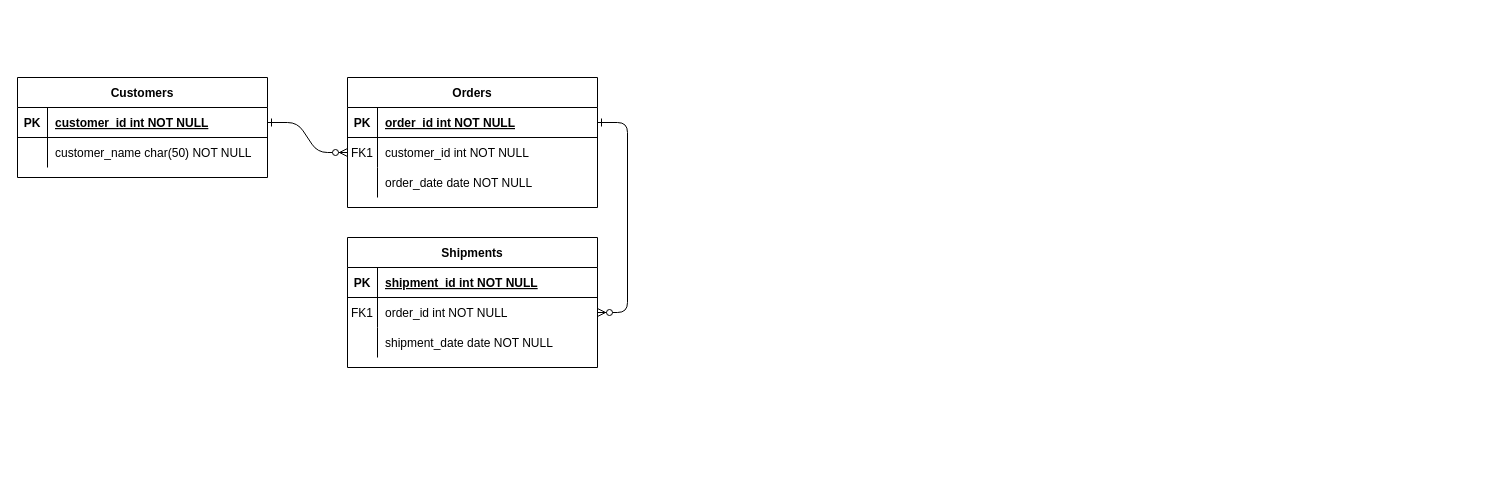
umerpaknamal/12PythonProjects keeps this draw.io diagram as ID_Workflow.drawio. Above is the earlier version. Source tidied: cells renumbered, new cells numbered last; positions are measured from the earlier drawing's top-left corner, leaving out a move shared by most shapes. Both pictures are drawn from the tidied source at 100%, with x=0, y=0 at pixel (17, 77).
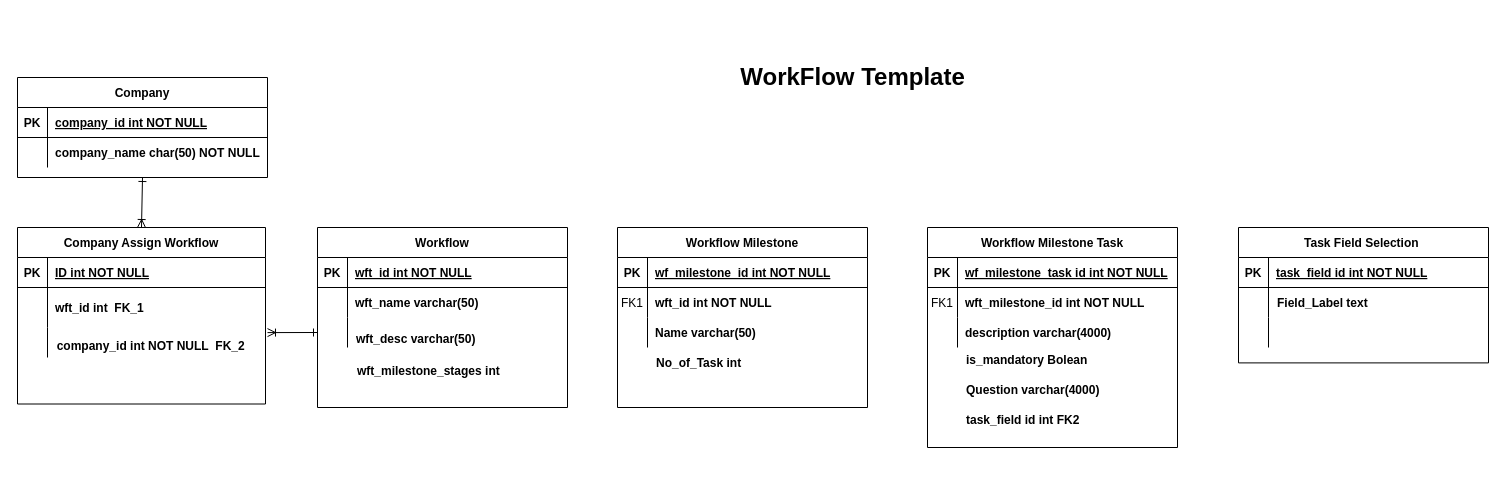
The same page after the edit.

The change refers to these unchanged cells:
```xml
<mxCell id="5" style="shape=partialRectangle;fillColor=none;points=[[0,0.5],[1,0.5]];portConstraint=eastwest;top=0;left=0;right=0;bottom=1;" parent="4" vertex="1">
  <mxGeometry y="30" width="250" height="30" as="geometry" />
</mxCell>
<mxCell id="8" style="shape=partialRectangle;fillColor=none;points=[[0,0.5],[1,0.5]];portConstraint=eastwest;top=0;left=0;right=0;bottom=0;" parent="4" vertex="1">
  <mxGeometry y="60" width="250" height="30" as="geometry" />
</mxCell>
<mxCell id="11" style="shape=partialRectangle;fillColor=none;points=[[0,0.5],[1,0.5]];portConstraint=eastwest;top=0;left=0;right=0;bottom=0;" parent="4" vertex="1">
  <mxGeometry y="90" width="250" height="30" as="geometry" />
</mxCell>
<mxCell id="15" style="shape=partialRectangle;fillColor=none;top=0;left=0;right=0;bottom=1;" parent="14" vertex="1">
  <mxGeometry y="30" width="250" height="30" as="geometry" />
</mxCell>
<mxCell id="18" style="shape=partialRectangle;fillColor=none;points=[[0,0.5],[1,0.5]];portConstraint=eastwest;top=0;left=0;right=0;bottom=0;" parent="14" vertex="1">
  <mxGeometry y="60" width="250" height="30" as="geometry" />
</mxCell>
<mxCell id="21" style="shape=partialRectangle;fillColor=none;top=0;left=0;right=0;bottom=0;" parent="14" vertex="1">
  <mxGeometry y="90" width="250" height="30" as="geometry" />
</mxCell>
```

The edit, as a diff of the source:
```diff
@@
-    <mxCell id="2" style="edgeStyle=entityRelationEdgeStyle;endArrow=ERzeroToMany;startArrow=ERone;endFill=1;startFill=0;" parent="1" edge="1" source="25" target="8">
-      <mxGeometry relative="1" as="geometry" />
-    </mxCell>
-    <mxCell id="3" style="edgeStyle=entityRelationEdgeStyle;endArrow=ERzeroToMany;startArrow=ERone;endFill=1;startFill=0;" parent="1" edge="1" source="5" target="18">
-      <mxGeometry relative="1" as="geometry" />
-    </mxCell>
+    <mxCell id="31" style="edgeStyle=none;rounded=0;jettySize=auto;html=1;exitX=0.5;exitY=1;exitDx=0;exitDy=0;entryX=0.5;entryY=0;entryDx=0;entryDy=0;endArrow=ERoneToMany;endFill=0;startArrow=ERone;startFill=0;" parent="1" edge="1" source="24" target="39">
+      <mxGeometry relative="1" as="geometry" />
+    </mxCell>
+    <mxCell id="24" value="Company" style="shape=table;startSize=30;childLayout=tableLayout;rowLines=0;fontStyle=1;align=center;" parent="1" vertex="1">
+      <mxGeometry width="250" height="100" as="geometry" />
+    </mxCell>
+    <mxCell id="25" style="shape=partialRectangle;fillColor=none;points=[[0,0.5],[1,0.5]];portConstraint=eastwest;top=0;left=0;right=0;bottom=1;" parent="24" vertex="1">
+      <mxGeometry y="30" width="250" height="30" as="geometry" />
+    </mxCell>
+    <mxCell id="26" value="PK" style="shape=partialRectangle;overflow=hidden;fillColor=none;top=0;left=0;bottom=0;right=0;fontStyle=1;" parent="25" vertex="1">
+      <mxGeometry width="30" height="30" as="geometry" />
+    </mxCell>
+    <mxCell id="27" value="company_id int NOT NULL " style="shape=partialRectangle;overflow=hidden;fillColor=none;top=0;left=0;bottom=0;right=0;align=left;spacingLeft=6;fontStyle=5;" parent="25" vertex="1">
+      <mxGeometry x="30" width="220" height="30" as="geometry" />
+    </mxCell>
+    <mxCell id="28" style="shape=partialRectangle;fillColor=none;top=0;left=0;right=0;bottom=0;" parent="24" vertex="1">
+      <mxGeometry y="60" width="250" height="30" as="geometry" />
+    </mxCell>
+    <mxCell id="29" style="shape=partialRectangle;overflow=hidden;fillColor=none;top=0;left=0;bottom=0;right=0;" parent="28" vertex="1">
+      <mxGeometry width="30" height="30" as="geometry" />
+    </mxCell>
+    <mxCell id="30" value="company_name char(50) NOT NULL" style="shape=partialRectangle;overflow=hidden;fillColor=none;top=0;left=0;bottom=0;right=0;align=left;spacingLeft=6;fontStyle=1;" parent="28" vertex="1">
+      <mxGeometry x="30" width="220" height="30" as="geometry" />
+    </mxCell>
+    <mxCell id="32" value="WorkFlow Template" style="text;strokeColor=none;fillColor=none;html=1;fontSize=24;fontStyle=1;verticalAlign=middle;align=center;" parent="1" vertex="1">
+      <mxGeometry x="610" y="-60" width="450" height="120" as="geometry" />
+    </mxCell>
+    <mxCell id="33" style="group;" parent="1" vertex="1">
+      <mxGeometry x="300" y="150" width="252" height="180" as="geometry" />
+    </mxCell>
-    <mxCell id="4" value="Orders" style="shape=table;startSize=30;childLayout=tableLayout;rowLines=0;fontStyle=1;align=center;" parent="1" vertex="1">
-      <mxGeometry x="330" width="250" height="130" as="geometry" />
+    <mxCell id="4" value="Workflow" style="shape=table;startSize=30;childLayout=tableLayout;rowLines=0;fontStyle=1;align=center;" parent="33" vertex="1">
+      <mxGeometry width="250" height="180" as="geometry" />
     </mxCell>
@@
-    <mxCell id="7" value="order_id int NOT NULL " style="shape=partialRectangle;overflow=hidden;fillColor=none;top=0;left=0;bottom=0;right=0;align=left;spacingLeft=6;fontStyle=5;" parent="5" vertex="1">
+    <mxCell id="7" value="wft_id int NOT NULL " style="shape=partialRectangle;overflow=hidden;fillColor=none;top=0;left=0;bottom=0;right=0;align=left;spacingLeft=6;fontStyle=5;" parent="5" vertex="1">
       <mxGeometry x="30" width="220" height="30" as="geometry" />
     </mxCell>
@@
-    <mxCell id="9" value="FK1" style="shape=partialRectangle;overflow=hidden;fillColor=none;top=0;left=0;bottom=0;right=0;" parent="8" vertex="1">
+    <mxCell id="9" style="shape=partialRectangle;overflow=hidden;fillColor=none;top=0;left=0;bottom=0;right=0;" parent="8" vertex="1">
       <mxGeometry width="30" height="30" as="geometry" />
     </mxCell>
-    <mxCell id="10" value="customer_id int NOT NULL" style="shape=partialRectangle;overflow=hidden;fillColor=none;top=0;left=0;bottom=0;right=0;align=left;spacingLeft=6;" parent="8" vertex="1">
+    <mxCell id="10" value="wft_name varchar(50)" style="shape=partialRectangle;overflow=hidden;fillColor=none;top=0;left=0;bottom=0;right=0;align=left;spacingLeft=6;fontStyle=1;" parent="8" vertex="1">
       <mxGeometry x="30" width="220" height="30" as="geometry" />
     </mxCell>
@@
-    <mxCell id="13" value="order_date date NOT NULL" style="shape=partialRectangle;overflow=hidden;fillColor=none;top=0;left=0;bottom=0;right=0;align=left;spacingLeft=6;" parent="11" vertex="1">
+    <mxCell id="13" style="shape=partialRectangle;overflow=hidden;fillColor=none;top=0;left=0;bottom=0;right=0;align=left;spacingLeft=6;" parent="11" vertex="1">
       <mxGeometry x="30" width="220" height="30" as="geometry" />
     </mxCell>
+    <mxCell id="34" value="wft_desc varchar(50)" style="shape=partialRectangle;overflow=hidden;fillColor=none;top=0;left=0;bottom=0;right=0;align=left;spacingLeft=6;fontStyle=1;" parent="33" vertex="1">
+      <mxGeometry x="31" y="95.3" width="220" height="31.8" as="geometry" />
+    </mxCell>
+    <mxCell id="35" value="wft_milestone_stages int" style="shape=partialRectangle;overflow=hidden;fillColor=none;top=0;left=0;bottom=0;right=0;align=left;spacingLeft=6;fontStyle=1;" parent="33" vertex="1">
+      <mxGeometry x="32" y="127.1" width="220" height="31.8" as="geometry" />
+    </mxCell>
+    <mxCell id="36" style="edgeStyle=none;rounded=0;jettySize=auto;html=1;exitX=0;exitY=0.5;exitDx=0;exitDy=0;endArrow=ERoneToMany;endFill=0;startArrow=ERone;startFill=0;" parent="33" edge="1" source="11">
+      <mxGeometry relative="1" as="geometry">
+        <mxPoint x="-50" y="105.1" as="targetPoint" />
+      </mxGeometry>
+    </mxCell>
+    <mxCell id="37" style="group;" parent="1" vertex="1">
+      <mxGeometry y="150" width="250" height="200" as="geometry" />
+    </mxCell>
+    <mxCell id="38" style="group;" parent="37" vertex="1">
+      <mxGeometry width="250" height="176.5" as="geometry" />
+    </mxCell>
+    <mxCell id="39" value="Company Assign Workflow" style="shape=table;startSize=30;childLayout=tableLayout;rowLines=0;fontStyle=1;align=center;" parent="38" vertex="1">
+      <mxGeometry width="248" height="176.5" as="geometry" />
+    </mxCell>
+    <mxCell id="40" style="shape=partialRectangle;fillColor=none;top=0;left=0;right=0;bottom=1;" parent="39" vertex="1">
+      <mxGeometry y="30" width="248" height="30" as="geometry" />
+    </mxCell>
+    <mxCell id="41" value="PK" style="shape=partialRectangle;overflow=hidden;fillColor=none;top=0;left=0;bottom=0;right=0;fontStyle=1;" parent="40" vertex="1">
+      <mxGeometry width="30" height="30" as="geometry" />
+    </mxCell>
+    <mxCell id="42" value="ID int NOT NULL" style="shape=partialRectangle;overflow=hidden;fillColor=none;top=0;left=0;bottom=0;right=0;align=left;spacingLeft=6;fontStyle=5;" parent="40" vertex="1">
+      <mxGeometry x="30" width="218" height="30" as="geometry" />
+    </mxCell>
+    <mxCell id="43" style="shape=partialRectangle;fillColor=none;top=0;left=0;right=0;bottom=0;" parent="39" vertex="1">
+      <mxGeometry y="60" width="248" height="40" as="geometry" />
+    </mxCell>
+    <mxCell id="44" style="shape=partialRectangle;overflow=hidden;fillColor=none;top=0;left=0;bottom=0;right=0;" parent="43" vertex="1">
+      <mxGeometry width="30" height="40" as="geometry" />
+    </mxCell>
+    <mxCell id="45" value="wft_id int  FK_1" style="shape=partialRectangle;overflow=hidden;fillColor=none;top=0;left=0;bottom=0;right=0;align=left;spacingLeft=6;fontStyle=1;" parent="43" vertex="1">
+      <mxGeometry x="30" width="218" height="40" as="geometry" />
+    </mxCell>
+    <mxCell id="46" style="shape=partialRectangle;fillColor=none;top=0;left=0;right=0;bottom=0;" parent="39" vertex="1">
+      <mxGeometry y="100" width="248" height="30" as="geometry" />
+    </mxCell>
+    <mxCell id="47" style="shape=partialRectangle;overflow=hidden;fillColor=none;top=0;left=0;bottom=0;right=0;" parent="46" vertex="1">
+      <mxGeometry width="30" height="30" as="geometry" />
+    </mxCell>
+    <mxCell id="48" style="shape=partialRectangle;overflow=hidden;fillColor=none;top=0;left=0;bottom=0;right=0;align=left;spacingLeft=6;" parent="46" vertex="1">
+      <mxGeometry x="30" width="218" height="30" as="geometry" />
+    </mxCell>
+    <mxCell id="49" value="company_id int NOT NULL  FK_2" style="shape=partialRectangle;overflow=hidden;fillColor=none;top=0;left=0;bottom=0;right=0;align=left;spacingLeft=6;fontStyle=1;" parent="38" vertex="1">
+      <mxGeometry x="31.7" y="100" width="218.3" height="35.3" as="geometry" />
+    </mxCell>
+    <mxCell id="50" style="group;" parent="1" vertex="1">
+      <mxGeometry x="600" y="150" width="251" height="180" as="geometry" />
+    </mxCell>
-    <mxCell id="14" value="Shipments" style="shape=table;startSize=30;childLayout=tableLayout;rowLines=0;fontStyle=1;align=center;" parent="1" vertex="1">
-      <mxGeometry x="330" y="160" width="250" height="130" as="geometry" />
+    <mxCell id="14" value="Workflow Milestone" style="shape=table;startSize=30;childLayout=tableLayout;rowLines=0;fontStyle=1;align=center;" parent="50" vertex="1">
+      <mxGeometry width="250" height="180" as="geometry" />
     </mxCell>
@@
-    <mxCell id="17" value="shipment_id int NOT NULL " style="shape=partialRectangle;overflow=hidden;fillColor=none;top=0;left=0;bottom=0;right=0;align=left;spacingLeft=6;fontStyle=5;" parent="15" vertex="1">
+    <mxCell id="17" value="wf_milestone_id int NOT NULL " style="shape=partialRectangle;overflow=hidden;fillColor=none;top=0;left=0;bottom=0;right=0;align=left;spacingLeft=6;fontStyle=5;" parent="15" vertex="1">
       <mxGeometry x="30" width="220" height="30" as="geometry" />
     </mxCell>
@@
-    <mxCell id="20" value="order_id int NOT NULL" style="shape=partialRectangle;overflow=hidden;fillColor=none;top=0;left=0;bottom=0;right=0;align=left;spacingLeft=6;" parent="18" vertex="1">
+    <mxCell id="20" value="wft_id int NOT NULL" style="shape=partialRectangle;overflow=hidden;fillColor=none;top=0;left=0;bottom=0;right=0;align=left;spacingLeft=6;fontStyle=1;" parent="18" vertex="1">
       <mxGeometry x="30" width="220" height="30" as="geometry" />
     </mxCell>
@@
-    <mxCell id="23" value="shipment_date date NOT NULL" style="shape=partialRectangle;overflow=hidden;fillColor=none;top=0;left=0;bottom=0;right=0;align=left;spacingLeft=6;" parent="21" vertex="1">
+    <mxCell id="23" value="Name varchar(50)" style="shape=partialRectangle;overflow=hidden;fillColor=none;top=0;left=0;bottom=0;right=0;align=left;spacingLeft=6;fontStyle=1;" parent="21" vertex="1">
       <mxGeometry x="30" width="220" height="30" as="geometry" />
     </mxCell>
-    <mxCell id="24" value="Customers" style="shape=table;startSize=30;childLayout=tableLayout;rowLines=0;fontStyle=1;align=center;" parent="1" vertex="1">
-      <mxGeometry width="250" height="100" as="geometry" />
-    </mxCell>
-    <mxCell id="25" style="shape=partialRectangle;fillColor=none;points=[[0,0.5],[1,0.5]];portConstraint=eastwest;top=0;left=0;right=0;bottom=1;" parent="24" vertex="1">
-      <mxGeometry y="30" width="250" height="30" as="geometry" />
-    </mxCell>
-    <mxCell id="26" value="PK" style="shape=partialRectangle;overflow=hidden;fillColor=none;top=0;left=0;bottom=0;right=0;fontStyle=1;" parent="25" vertex="1">
-      <mxGeometry width="30" height="30" as="geometry" />
-    </mxCell>
-    <mxCell id="27" value="customer_id int NOT NULL " style="shape=partialRectangle;overflow=hidden;fillColor=none;top=0;left=0;bottom=0;right=0;align=left;spacingLeft=6;fontStyle=5;" parent="25" vertex="1">
-      <mxGeometry x="30" width="220" height="30" as="geometry" />
-    </mxCell>
-    <mxCell id="28" style="shape=partialRectangle;fillColor=none;top=0;left=0;right=0;bottom=0;" parent="24" vertex="1">
-      <mxGeometry y="60" width="250" height="30" as="geometry" />
-    </mxCell>
-    <mxCell id="29" style="shape=partialRectangle;overflow=hidden;fillColor=none;top=0;left=0;bottom=0;right=0;" parent="28" vertex="1">
-      <mxGeometry width="30" height="30" as="geometry" />
-    </mxCell>
-    <mxCell id="30" value="customer_name char(50) NOT NULL" style="shape=partialRectangle;overflow=hidden;fillColor=none;top=0;left=0;bottom=0;right=0;align=left;spacingLeft=6;" parent="28" vertex="1">
-      <mxGeometry x="30" width="220" height="30" as="geometry" />
-    </mxCell>
+    <mxCell id="51" value="No_of_Task int " style="shape=partialRectangle;overflow=hidden;fillColor=none;top=0;left=0;bottom=0;right=0;align=left;spacingLeft=6;fontStyle=1;" parent="50" vertex="1">
+      <mxGeometry x="31" y="120" width="220" height="30" as="geometry" />
+    </mxCell>
+    <mxCell id="52" style="group;" parent="1" vertex="1">
+      <mxGeometry x="910" y="150" width="251" height="260" as="geometry" />
+    </mxCell>
+    <mxCell id="53" style="group;" parent="52" vertex="1">
+      <mxGeometry width="251" height="220" as="geometry" />
+    </mxCell>
+    <mxCell id="54" value="Workflow Milestone Task" style="shape=table;startSize=30;childLayout=tableLayout;rowLines=0;fontStyle=1;align=center;" parent="53" vertex="1">
+      <mxGeometry width="250" height="220" as="geometry" />
+    </mxCell>
+    <mxCell id="55" style="shape=partialRectangle;fillColor=none;top=0;left=0;right=0;bottom=1;" parent="54" vertex="1">
+      <mxGeometry y="30" width="250" height="30" as="geometry" />
+    </mxCell>
+    <mxCell id="56" value="PK" style="shape=partialRectangle;overflow=hidden;fillColor=none;top=0;left=0;bottom=0;right=0;fontStyle=1;" parent="55" vertex="1">
+      <mxGeometry width="30" height="30" as="geometry" />
+    </mxCell>
+    <mxCell id="57" value="wf_milestone_task id int NOT NULL " style="shape=partialRectangle;overflow=hidden;fillColor=none;top=0;left=0;bottom=0;right=0;align=left;spacingLeft=6;fontStyle=5;" parent="55" vertex="1">
+      <mxGeometry x="30" width="220" height="30" as="geometry" />
+    </mxCell>
+    <mxCell id="58" style="shape=partialRectangle;fillColor=none;top=0;left=0;right=0;bottom=0;" parent="54" vertex="1">
+      <mxGeometry y="60" width="250" height="30" as="geometry" />
+    </mxCell>
+    <mxCell id="59" value="FK1" style="shape=partialRectangle;overflow=hidden;fillColor=none;top=0;left=0;bottom=0;right=0;" parent="58" vertex="1">
+      <mxGeometry width="30" height="30" as="geometry" />
+    </mxCell>
+    <mxCell id="60" value="wft_milestone_id int NOT NULL" style="shape=partialRectangle;overflow=hidden;fillColor=none;top=0;left=0;bottom=0;right=0;align=left;spacingLeft=6;fontStyle=1;" parent="58" vertex="1">
+      <mxGeometry x="30" width="220" height="30" as="geometry" />
+    </mxCell>
+    <mxCell id="61" style="shape=partialRectangle;fillColor=none;top=0;left=0;right=0;bottom=0;" parent="54" vertex="1">
+      <mxGeometry y="90" width="250" height="30" as="geometry" />
+    </mxCell>
+    <mxCell id="62" style="shape=partialRectangle;overflow=hidden;fillColor=none;top=0;left=0;bottom=0;right=0;" parent="61" vertex="1">
+      <mxGeometry width="30" height="30" as="geometry" />
+    </mxCell>
+    <mxCell id="63" value="description varchar(4000)" style="shape=partialRectangle;overflow=hidden;fillColor=none;top=0;left=0;bottom=0;right=0;align=left;spacingLeft=6;fontStyle=1;" parent="61" vertex="1">
+      <mxGeometry x="30" width="220" height="30" as="geometry" />
+    </mxCell>
+    <mxCell id="64" value="is_mandatory Bolean" style="shape=partialRectangle;overflow=hidden;fillColor=none;top=0;left=0;bottom=0;right=0;align=left;spacingLeft=6;fontStyle=1;" parent="53" vertex="1">
+      <mxGeometry x="31" y="110" width="220" height="43.3" as="geometry" />
+    </mxCell>
+    <mxCell id="65" value="Question varchar(4000)" style="shape=partialRectangle;overflow=hidden;fillColor=none;top=0;left=0;bottom=0;right=0;align=left;spacingLeft=6;fontStyle=1;" parent="1" vertex="1">
+      <mxGeometry x="941" y="290" width="220" height="43.3" as="geometry" />
+    </mxCell>
+    <mxCell id="66" value="task_field id int FK2" style="shape=partialRectangle;overflow=hidden;fillColor=none;top=0;left=0;bottom=0;right=0;align=left;spacingLeft=6;fontStyle=1;" parent="1" vertex="1">
+      <mxGeometry x="941" y="320" width="220" height="43.3" as="geometry" />
+    </mxCell>
+    <mxCell id="67" style="group;" parent="1" vertex="1">
+      <mxGeometry x="1221" y="150" width="251" height="160" as="geometry" />
+    </mxCell>
+    <mxCell id="68" style="group;" parent="67" vertex="1">
+      <mxGeometry width="251" height="135.4" as="geometry" />
+    </mxCell>
+    <mxCell id="69" value="Task Field Selection " style="shape=table;startSize=30;childLayout=tableLayout;rowLines=0;fontStyle=1;align=center;" parent="68" vertex="1">
+      <mxGeometry width="250" height="135.4" as="geometry" />
+    </mxCell>
+    <mxCell id="70" style="shape=partialRectangle;fillColor=none;top=0;left=0;right=0;bottom=1;" parent="69" vertex="1">
+      <mxGeometry y="30" width="250" height="30" as="geometry" />
+    </mxCell>
+    <mxCell id="71" value="PK" style="shape=partialRectangle;overflow=hidden;fillColor=none;top=0;left=0;bottom=0;right=0;fontStyle=1;" parent="70" vertex="1">
+      <mxGeometry width="30" height="30" as="geometry" />
+    </mxCell>
+    <mxCell id="72" value="task_field id int NOT NULL " style="shape=partialRectangle;overflow=hidden;fillColor=none;top=0;left=0;bottom=0;right=0;align=left;spacingLeft=6;fontStyle=5;" parent="70" vertex="1">
+      <mxGeometry x="30" width="220" height="30" as="geometry" />
+    </mxCell>
+    <mxCell id="73" style="shape=partialRectangle;fillColor=none;top=0;left=0;right=0;bottom=0;" parent="69" vertex="1">
+      <mxGeometry y="60" width="250" height="30" as="geometry" />
+    </mxCell>
+    <mxCell id="74" style="shape=partialRectangle;overflow=hidden;fillColor=none;top=0;left=0;bottom=0;right=0;" parent="73" vertex="1">
+      <mxGeometry width="30" height="30" as="geometry" />
+    </mxCell>
+    <mxCell id="75" style="shape=partialRectangle;overflow=hidden;fillColor=none;top=0;left=0;bottom=0;right=0;align=left;spacingLeft=6;fontStyle=1;" parent="73" vertex="1">
+      <mxGeometry x="30" width="220" height="30" as="geometry" />
+    </mxCell>
+    <mxCell id="76" style="shape=partialRectangle;fillColor=none;top=0;left=0;right=0;bottom=0;" parent="69" vertex="1">
+      <mxGeometry y="90" width="250" height="30" as="geometry" />
+    </mxCell>
+    <mxCell id="77" style="shape=partialRectangle;overflow=hidden;fillColor=none;top=0;left=0;bottom=0;right=0;" parent="76" vertex="1">
+      <mxGeometry width="30" height="30" as="geometry" />
+    </mxCell>
+    <mxCell id="78" style="shape=partialRectangle;overflow=hidden;fillColor=none;top=0;left=0;bottom=0;right=0;align=left;spacingLeft=6;fontStyle=1;" parent="76" vertex="1">
+      <mxGeometry x="30" width="220" height="30" as="geometry" />
+    </mxCell>
+    <mxCell id="79" value="Field_Label text" style="shape=partialRectangle;overflow=hidden;fillColor=none;top=0;left=0;bottom=0;right=0;align=left;spacingLeft=6;fontStyle=1;" parent="68" vertex="1">
+      <mxGeometry x="31" y="53.3" width="220" height="43.3" as="geometry" />
+    </mxCell>
```
